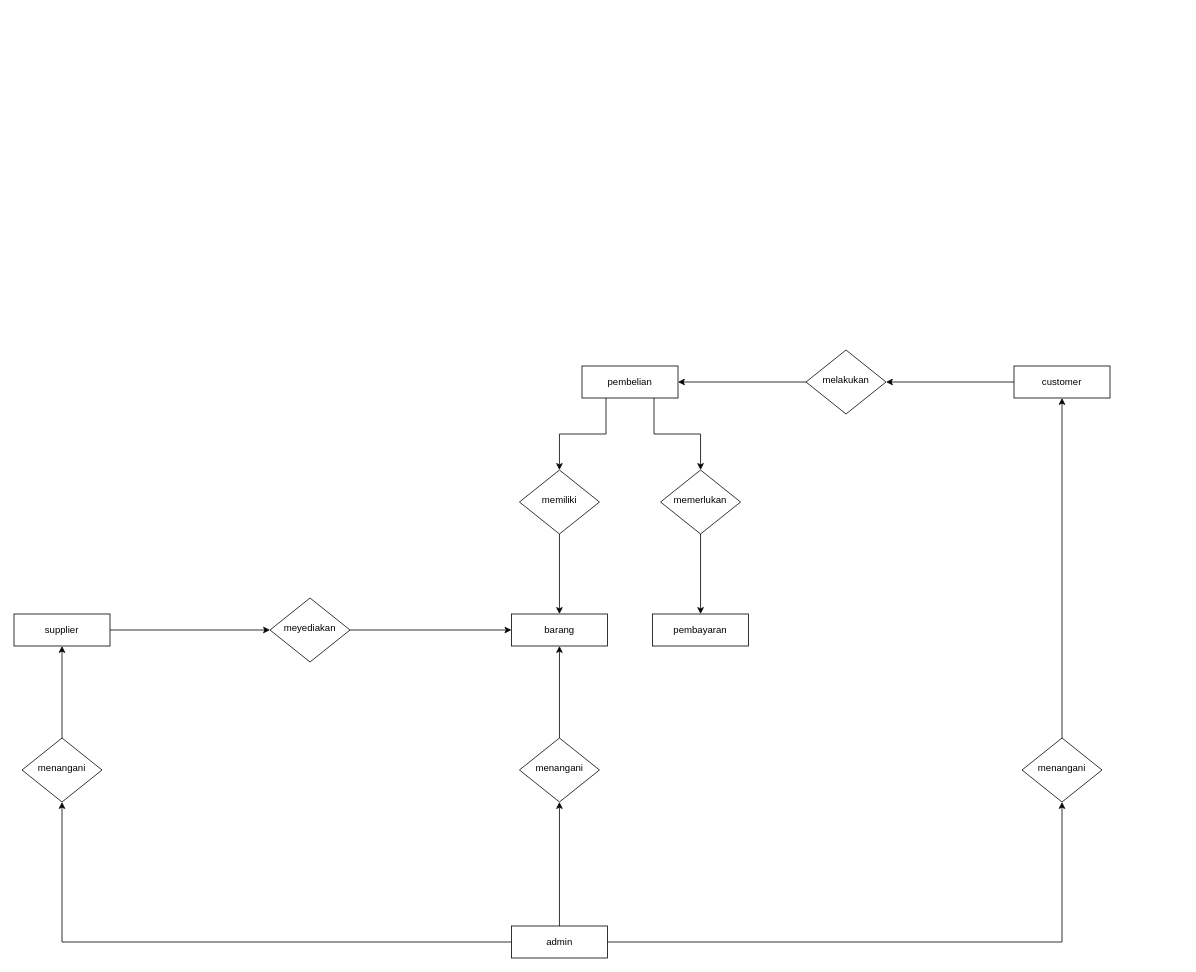
Above: penjualan_erd.drawio in vinnnna/sistem-basis-data (draw.io), before the change. Source tidied: cells renumbered, new cells numbered last; positions are measured from the earlier drawing's top-left corner, leaving out a move shared by most shapes. Both pictures are drawn from the tidied source at 80%, with x=0, y=0 at pixel (14, 350).
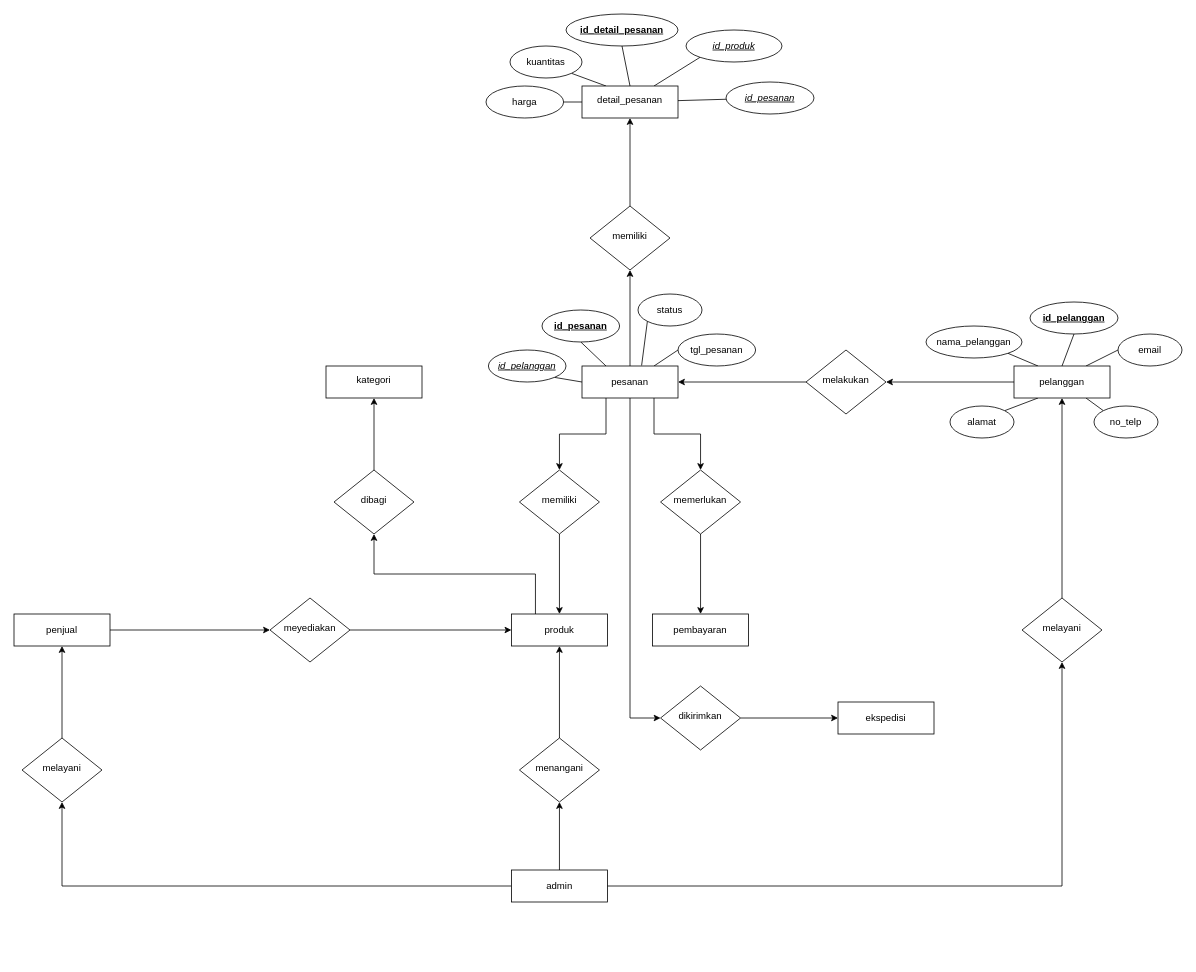
Above is the later version.

The edit, as a diff of the source:
```diff
@@
     <mxCell id="5" value="admin" style="rounded=1;whiteSpace=wrap;html=1;fontSize=12;glass=0;strokeWidth=1;shadow=0;arcSize=0;" parent="1" vertex="1">
-      <mxGeometry x="621.8" y="720" width="120" height="40" as="geometry" />
+      <mxGeometry x="621.8" y="650" width="120" height="40" as="geometry" />
     </mxCell>
+    <mxCell id="29" style="edgeStyle=orthogonalEdgeStyle;rounded=0;jettySize=auto;html=1;exitX=0.25;exitY=0;exitDx=0;exitDy=0;entryX=0.5;entryY=1;entryDx=0;entryDy=0;" parent="1" edge="1" source="6" target="50">
+      <mxGeometry relative="1" as="geometry" />
+    </mxCell>
-    <mxCell id="6" value="barang" style="rounded=1;whiteSpace=wrap;html=1;fontSize=12;glass=0;strokeWidth=1;shadow=0;arcSize=0;" parent="1" vertex="1">
+    <mxCell id="6" value="produk" style="rounded=1;whiteSpace=wrap;html=1;fontSize=12;glass=0;strokeWidth=1;shadow=0;arcSize=0;" parent="1" vertex="1">
       <mxGeometry x="621.8" y="330" width="120" height="40" as="geometry" />
     </mxCell>
@@
+    <mxCell id="30" style="edgeStyle=orthogonalEdgeStyle;rounded=0;jettySize=auto;html=1;exitX=0.5;exitY=0;exitDx=0;exitDy=0;entryX=0.5;entryY=1;entryDx=0;entryDy=0;" parent="1" edge="1" source="11" target="41">
+      <mxGeometry relative="1" as="geometry" />
+    </mxCell>
+    <mxCell id="31" style="edgeStyle=orthogonalEdgeStyle;rounded=0;jettySize=auto;html=1;exitX=0.5;exitY=1;exitDx=0;exitDy=0;entryX=0;entryY=0.5;entryDx=0;entryDy=0;" parent="1" edge="1" source="11" target="52">
+      <mxGeometry relative="1" as="geometry" />
+    </mxCell>
+    <mxCell id="32" style="rounded=0;jettySize=auto;html=1;exitX=0.75;exitY=0;exitDx=0;exitDy=0;entryX=0;entryY=0.5;entryDx=0;entryDy=0;endArrow=none;endFill=0;" parent="1" edge="1" source="11" target="65">
+      <mxGeometry relative="1" as="geometry" />
+    </mxCell>
+    <mxCell id="33" style="rounded=0;jettySize=auto;html=1;exitX=0;exitY=0.5;exitDx=0;exitDy=0;entryX=1;entryY=1;entryDx=0;entryDy=0;endArrow=none;endFill=0;" parent="1" edge="1" source="11" target="66">
+      <mxGeometry relative="1" as="geometry" />
+    </mxCell>
+    <mxCell id="34" style="rounded=0;jettySize=auto;html=1;exitX=0.25;exitY=0;exitDx=0;exitDy=0;entryX=0.5;entryY=1;entryDx=0;entryDy=0;endArrow=none;endFill=0;" parent="1" edge="1" source="11" target="64">
+      <mxGeometry relative="1" as="geometry" />
+    </mxCell>
-    <mxCell id="11" value="pembelian" style="rounded=1;whiteSpace=wrap;html=1;fontSize=12;glass=0;strokeWidth=1;shadow=0;arcSize=0;" parent="1" vertex="1">
+    <mxCell id="11" value="pesanan" style="rounded=1;whiteSpace=wrap;html=1;fontSize=12;glass=0;strokeWidth=1;shadow=0;arcSize=0;" parent="1" vertex="1">
       <mxGeometry x="710" y="20" width="120" height="40" as="geometry" />
     </mxCell>
@@
-    <mxCell id="14" value="supplier" style="rounded=1;whiteSpace=wrap;html=1;fontSize=12;glass=0;strokeWidth=1;shadow=0;arcSize=0;" parent="1" vertex="1">
+    <mxCell id="14" value="penjual" style="rounded=1;whiteSpace=wrap;html=1;fontSize=12;glass=0;strokeWidth=1;shadow=0;arcSize=0;" parent="1" vertex="1">
       <mxGeometry y="330" width="120" height="40" as="geometry" />
     </mxCell>
@@
+    <mxCell id="35" style="rounded=0;jettySize=auto;html=1;endArrow=none;endFill=0;exitX=0.5;exitY=0;exitDx=0;exitDy=0;entryX=0.5;entryY=1;entryDx=0;entryDy=0;" parent="1" edge="1" source="16" target="54">
+      <mxGeometry relative="1" as="geometry" />
+    </mxCell>
+    <mxCell id="36" style="rounded=0;jettySize=auto;html=1;exitX=0.25;exitY=0;exitDx=0;exitDy=0;entryX=1;entryY=1;entryDx=0;entryDy=0;endArrow=none;endFill=0;" parent="1" edge="1" source="16" target="55">
+      <mxGeometry relative="1" as="geometry" />
+    </mxCell>
+    <mxCell id="37" style="rounded=0;jettySize=auto;html=1;exitX=0.75;exitY=0;exitDx=0;exitDy=0;entryX=0;entryY=0.5;entryDx=0;entryDy=0;endArrow=none;endFill=0;" parent="1" edge="1" source="16" target="56">
+      <mxGeometry relative="1" as="geometry" />
+    </mxCell>
+    <mxCell id="38" style="rounded=0;jettySize=auto;html=1;exitX=0.75;exitY=1;exitDx=0;exitDy=0;entryX=0;entryY=0;entryDx=0;entryDy=0;endArrow=none;endFill=0;" parent="1" edge="1" source="16" target="58">
+      <mxGeometry relative="1" as="geometry" />
+    </mxCell>
+    <mxCell id="39" style="rounded=0;jettySize=auto;html=1;exitX=0.25;exitY=1;exitDx=0;exitDy=0;entryX=1;entryY=0;entryDx=0;entryDy=0;endArrow=none;endFill=0;" parent="1" edge="1" source="16" target="57">
+      <mxGeometry relative="1" as="geometry" />
+    </mxCell>
-    <mxCell id="16" value="customer" style="rounded=1;whiteSpace=wrap;html=1;fontSize=12;glass=0;strokeWidth=1;shadow=0;arcSize=0;" parent="1" vertex="1">
+    <mxCell id="16" value="pelanggan" style="rounded=1;whiteSpace=wrap;html=1;fontSize=12;glass=0;strokeWidth=1;shadow=0;arcSize=0;" parent="1" vertex="1">
       <mxGeometry x="1250" y="20" width="120" height="40" as="geometry" />
     </mxCell>
@@
-    <mxCell id="26" value="menangani" style="rhombus;whiteSpace=wrap;html=1;shadow=0;fontFamily=Helvetica;fontSize=12;align=center;strokeWidth=1;spacing=6;spacingTop=-4;" parent="1" vertex="1">
+    <mxCell id="26" value="melayani" style="rhombus;whiteSpace=wrap;html=1;shadow=0;fontFamily=Helvetica;fontSize=12;align=center;strokeWidth=1;spacing=6;spacingTop=-4;" parent="1" vertex="1">
       <mxGeometry x="10" y="485" width="100" height="80" as="geometry" />
     </mxCell>
@@
-    <mxCell id="28" value="menangani" style="rhombus;whiteSpace=wrap;html=1;shadow=0;fontFamily=Helvetica;fontSize=12;align=center;strokeWidth=1;spacing=6;spacingTop=-4;" parent="1" vertex="1">
-      <mxGeometry x="1260" y="485" width="100" height="80" as="geometry" />
+    <mxCell id="28" value="melayani" style="rhombus;whiteSpace=wrap;html=1;shadow=0;fontFamily=Helvetica;fontSize=12;align=center;strokeWidth=1;spacing=6;spacingTop=-4;" parent="1" vertex="1">
+      <mxGeometry x="1260" y="310" width="100" height="80" as="geometry" />
     </mxCell>
+    <mxCell id="40" style="edgeStyle=orthogonalEdgeStyle;rounded=0;jettySize=auto;html=1;" parent="1" edge="1" source="41" target="47">
+      <mxGeometry relative="1" as="geometry" />
+    </mxCell>
+    <mxCell id="41" value="memiliki" style="rhombus;whiteSpace=wrap;html=1;shadow=0;fontFamily=Helvetica;fontSize=12;align=center;strokeWidth=1;spacing=6;spacingTop=-4;" parent="1" vertex="1">
+      <mxGeometry x="720" y="-180" width="100" height="80" as="geometry" />
+    </mxCell>
+    <mxCell id="42" style="rounded=0;jettySize=auto;html=1;endArrow=none;endFill=0;" parent="1" edge="1" source="47" target="59">
+      <mxGeometry relative="1" as="geometry" />
+    </mxCell>
+    <mxCell id="43" style="rounded=0;jettySize=auto;html=1;exitX=0.5;exitY=0;exitDx=0;exitDy=0;entryX=0.5;entryY=1;entryDx=0;entryDy=0;endArrow=none;endFill=0;" parent="1" edge="1" source="47" target="60">
+      <mxGeometry relative="1" as="geometry" />
+    </mxCell>
+    <mxCell id="44" style="rounded=0;jettySize=auto;html=1;exitX=0;exitY=0.5;exitDx=0;exitDy=0;entryX=1;entryY=0.5;entryDx=0;entryDy=0;endArrow=none;endFill=0;" parent="1" edge="1" source="47" target="61">
+      <mxGeometry relative="1" as="geometry" />
+    </mxCell>
+    <mxCell id="45" style="rounded=0;jettySize=auto;html=1;exitX=0.25;exitY=0;exitDx=0;exitDy=0;entryX=1;entryY=1;entryDx=0;entryDy=0;endArrow=none;endFill=0;" parent="1" edge="1" source="47" target="62">
+      <mxGeometry relative="1" as="geometry" />
+    </mxCell>
+    <mxCell id="46" style="rounded=0;jettySize=auto;html=1;exitX=0.75;exitY=0;exitDx=0;exitDy=0;entryX=0;entryY=1;entryDx=0;entryDy=0;endArrow=none;endFill=0;" parent="1" edge="1" source="47" target="63">
+      <mxGeometry relative="1" as="geometry" />
+    </mxCell>
+    <mxCell id="47" value="detail_pesanan" style="whiteSpace=wrap;html=1;shadow=0;strokeWidth=1;spacing=6;spacingTop=-4;" parent="1" vertex="1">
+      <mxGeometry x="710" y="-330" width="120" height="40" as="geometry" />
+    </mxCell>
+    <mxCell id="48" value="kategori" style="whiteSpace=wrap;html=1;shadow=0;strokeWidth=1;spacing=6;spacingTop=-4;" parent="1" vertex="1">
+      <mxGeometry x="390" y="20" width="120" height="40" as="geometry" />
+    </mxCell>
+    <mxCell id="49" style="edgeStyle=orthogonalEdgeStyle;rounded=0;jettySize=auto;html=1;entryX=0.5;entryY=1;entryDx=0;entryDy=0;" parent="1" edge="1" source="50" target="48">
+      <mxGeometry relative="1" as="geometry" />
+    </mxCell>
+    <mxCell id="50" value="dibagi" style="rhombus;whiteSpace=wrap;html=1;shadow=0;fontFamily=Helvetica;fontSize=12;align=center;strokeWidth=1;spacing=6;spacingTop=-4;" parent="1" vertex="1">
+      <mxGeometry x="400" y="150" width="100" height="80" as="geometry" />
+    </mxCell>
+    <mxCell id="51" style="edgeStyle=orthogonalEdgeStyle;rounded=0;jettySize=auto;html=1;exitX=1;exitY=0.5;exitDx=0;exitDy=0;entryX=0;entryY=0.5;entryDx=0;entryDy=0;" parent="1" edge="1" source="52" target="53">
+      <mxGeometry relative="1" as="geometry" />
+    </mxCell>
+    <mxCell id="52" value="dikirimkan" style="rhombus;whiteSpace=wrap;html=1;shadow=0;fontFamily=Helvetica;fontSize=12;align=center;strokeWidth=1;spacing=6;spacingTop=-4;" parent="1" vertex="1">
+      <mxGeometry x="808.2" y="420" width="100" height="80" as="geometry" />
+    </mxCell>
+    <mxCell id="53" value="ekspedisi" style="rounded=1;whiteSpace=wrap;html=1;fontSize=12;glass=0;strokeWidth=1;shadow=0;arcSize=0;" parent="1" vertex="1">
+      <mxGeometry x="1030" y="440" width="120" height="40" as="geometry" />
+    </mxCell>
+    <mxCell id="54" value="id_pelanggan" style="ellipse;whiteSpace=wrap;html=1;rounded=1;glass=0;strokeWidth=1;shadow=0;arcSize=0;fontStyle=5;" parent="1" vertex="1">
+      <mxGeometry x="1270" y="-60" width="110" height="40" as="geometry" />
+    </mxCell>
+    <mxCell id="55" value="&lt;span style=&quot;font-weight: 400;&quot;&gt;nama_pelanggan&lt;/span&gt;" style="ellipse;whiteSpace=wrap;html=1;rounded=1;glass=0;strokeWidth=1;shadow=0;arcSize=0;fontStyle=1;" parent="1" vertex="1">
+      <mxGeometry x="1140" y="-30" width="120" height="40" as="geometry" />
+    </mxCell>
+    <mxCell id="56" value="&lt;span style=&quot;font-weight: 400;&quot;&gt;email&lt;/span&gt;" style="ellipse;whiteSpace=wrap;html=1;rounded=1;glass=0;strokeWidth=1;shadow=0;arcSize=0;fontStyle=1;" parent="1" vertex="1">
+      <mxGeometry x="1380" y="-20" width="80" height="40" as="geometry" />
+    </mxCell>
+    <mxCell id="57" value="&lt;span style=&quot;font-weight: 400;&quot;&gt;alamat&lt;/span&gt;" style="ellipse;whiteSpace=wrap;html=1;rounded=1;glass=0;strokeWidth=1;shadow=0;arcSize=0;fontStyle=1;" parent="1" vertex="1">
+      <mxGeometry x="1170" y="70" width="80" height="40" as="geometry" />
+    </mxCell>
+    <mxCell id="58" value="&lt;span style=&quot;font-weight: 400;&quot;&gt;no_telp&lt;/span&gt;" style="ellipse;whiteSpace=wrap;html=1;rounded=1;glass=0;strokeWidth=1;shadow=0;arcSize=0;fontStyle=1;" parent="1" vertex="1">
+      <mxGeometry x="1350" y="70" width="80" height="40" as="geometry" />
+    </mxCell>
+    <mxCell id="59" value="id_pesanan" style="ellipse;whiteSpace=wrap;html=1;fontStyle=6;" parent="1" vertex="1">
+      <mxGeometry x="890" y="-335" width="110" height="40" as="geometry" />
+    </mxCell>
+    <mxCell id="60" value="id_detail_pesanan" style="ellipse;whiteSpace=wrap;html=1;fontStyle=5;" parent="1" vertex="1">
+      <mxGeometry x="690" y="-420" width="140" height="40" as="geometry" />
+    </mxCell>
+    <mxCell id="61" value="harga" style="ellipse;whiteSpace=wrap;html=1;" parent="1" vertex="1">
+      <mxGeometry x="590" y="-330" width="97" height="40" as="geometry" />
+    </mxCell>
+    <mxCell id="62" value="kuantitas" style="ellipse;whiteSpace=wrap;html=1;" parent="1" vertex="1">
+      <mxGeometry x="620" y="-380" width="90" height="40" as="geometry" />
+    </mxCell>
+    <mxCell id="63" value="id_produk" style="ellipse;whiteSpace=wrap;html=1;fontStyle=6;" parent="1" vertex="1">
+      <mxGeometry x="840" y="-400" width="120" height="40" as="geometry" />
+    </mxCell>
+    <mxCell id="64" value="id_pesanan" style="ellipse;whiteSpace=wrap;html=1;fontStyle=5;" parent="1" vertex="1">
+      <mxGeometry x="660" y="-50" width="97" height="40" as="geometry" />
+    </mxCell>
+    <mxCell id="65" value="tgl_pesanan" style="ellipse;whiteSpace=wrap;html=1;" parent="1" vertex="1">
+      <mxGeometry x="830" y="-20" width="97" height="40" as="geometry" />
+    </mxCell>
+    <mxCell id="66" value="id_pelanggan" style="ellipse;whiteSpace=wrap;html=1;fontStyle=6;" parent="1" vertex="1">
+      <mxGeometry x="593" width="97" height="40" as="geometry" />
+    </mxCell>
+    <mxCell id="67" value="status" style="ellipse;whiteSpace=wrap;html=1;" parent="1" vertex="1">
+      <mxGeometry x="780" y="-70" width="80" height="40" as="geometry" />
+    </mxCell>
+    <mxCell id="68" style="rounded=0;jettySize=auto;html=1;exitX=0;exitY=1;exitDx=0;exitDy=0;entryX=0.621;entryY=-0.017;entryDx=0;entryDy=0;entryPerimeter=0;endArrow=none;endFill=0;" parent="1" edge="1" source="67" target="11">
+      <mxGeometry relative="1" as="geometry" />
+    </mxCell>
```
